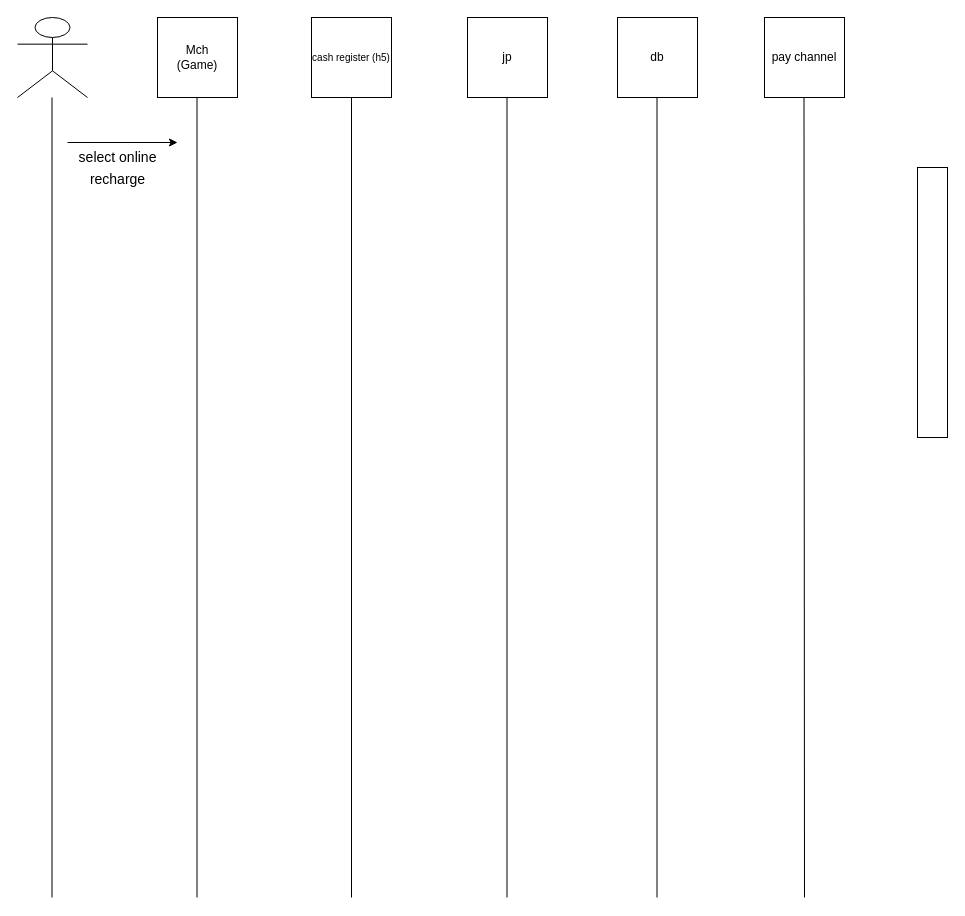
Earlier version of the draw.io diagram page "jp全球化流程圖" (5 of 5) of turtledegist.drawio (ppudding5566/test5566). Source tidied: cells renumbered, new cells numbered last; positions are measured from the earlier drawing's top-left corner, leaving out a move shared by most shapes. Both pictures are drawn from the tidied source at 100%, with x=0, y=0 at pixel (17, 17).
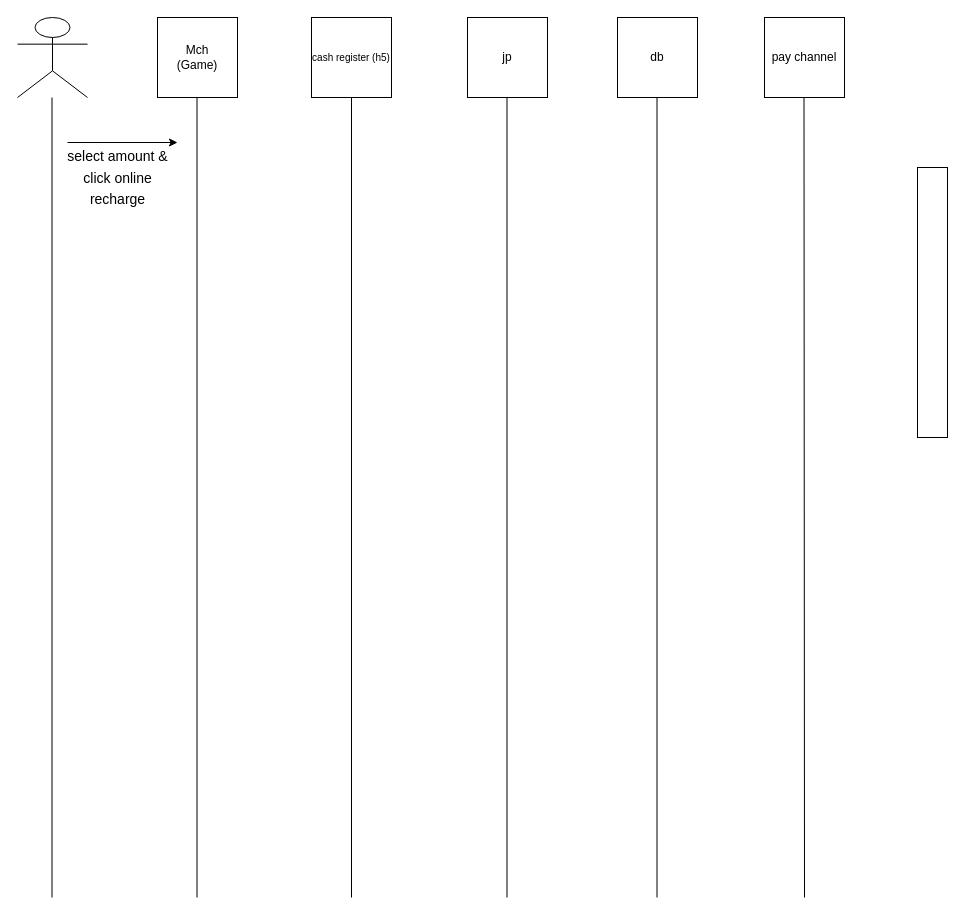
After the change.

The edit, as a diff of the source:
```diff
@@
-    <mxCell id="10" value="&lt;font style=&quot;font-size: 14px;&quot;&gt;select online &lt;br&gt;recharge&lt;br&gt;&lt;/font&gt;" style="text;html=1;align=center;verticalAlign=middle;fillColor=none;strokeColor=none;rounded=0;fontSize=18;" parent="1" vertex="1">
-      <mxGeometry x="50" y="120" width="100" height="60" as="geometry" />
+    <mxCell id="10" value="&lt;font style=&quot;font-size: 14px;&quot;&gt;select amount &amp;amp;&lt;br&gt;click online &lt;br&gt;recharge&lt;br&gt;&lt;/font&gt;" style="text;html=1;align=center;verticalAlign=middle;fillColor=none;strokeColor=none;rounded=0;fontSize=18;" parent="1" vertex="1">
+      <mxGeometry x="40" y="120" width="120" height="80" as="geometry" />
     </mxCell>
```
